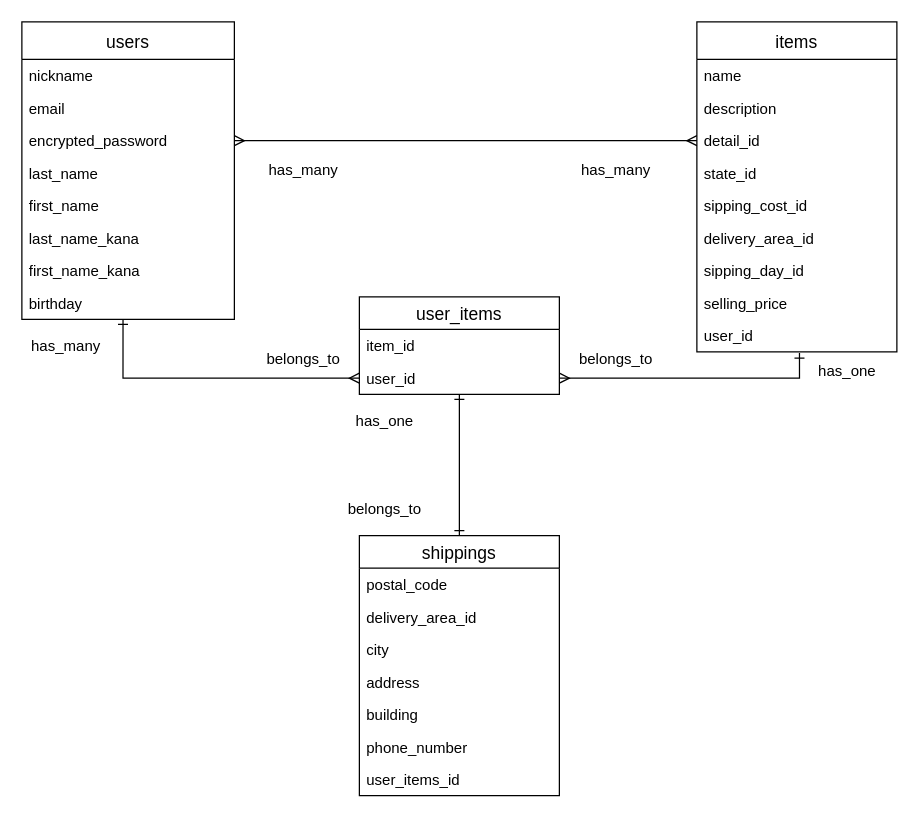
This is furima.dio from nao0313/furima-34535, a draw.io file, before an edit. Source tidied: cells renumbered, new cells numbered last; positions are measured from the earlier drawing's top-left corner, leaving out a move shared by most shapes. Both pictures are drawn from the tidied source at 125%, with x=0, y=0 at pixel (21, 21).
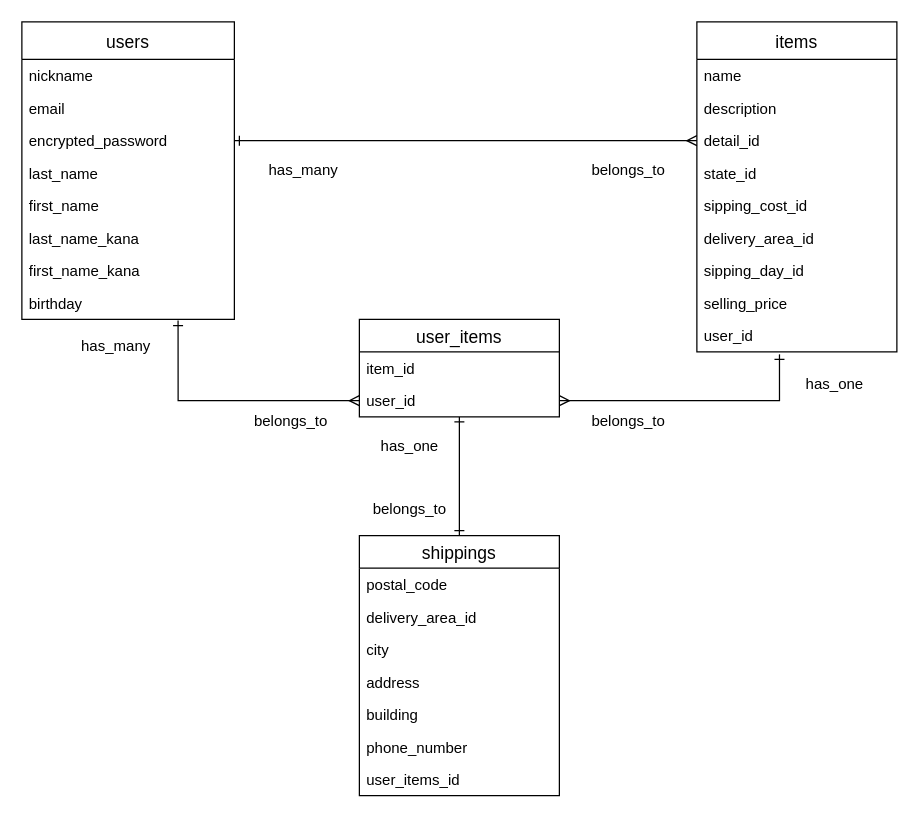
Above is the later version.

The change refers to these unchanged cells:
```xml
<mxCell id="14" value="encrypted_password" style="text;strokeColor=none;fillColor=none;spacingLeft=4;spacingRight=4;overflow=hidden;points=[[0,0.5],[1,0.5]];portConstraint=eastwest;fontSize=12;" parent="11" vertex="1">
  <mxGeometry y="82" width="170" height="26" as="geometry" />
</mxCell>
<mxCell id="19" value="birthday" style="text;strokeColor=none;fillColor=none;spacingLeft=4;spacingRight=4;overflow=hidden;points=[[0,0.5],[1,0.5]];portConstraint=eastwest;fontSize=12;" parent="11" vertex="1">
  <mxGeometry y="212" width="170" height="26" as="geometry" />
</mxCell>
<mxCell id="37" value="detail_id" style="text;strokeColor=none;fillColor=none;spacingLeft=4;spacingRight=4;overflow=hidden;points=[[0,0.5],[1,0.5]];portConstraint=eastwest;fontSize=12;" parent="34" vertex="1">
  <mxGeometry y="82" width="160" height="26" as="geometry" />
</mxCell>
<mxCell id="43" value="user_id" style="text;strokeColor=none;fillColor=none;spacingLeft=4;spacingRight=4;overflow=hidden;points=[[0,0.5],[1,0.5]];portConstraint=eastwest;fontSize=12;" parent="34" vertex="1">
  <mxGeometry y="238" width="160" height="26" as="geometry" />
</mxCell>
```

What changed in the source:
```diff
@@
-    <mxCell id="3" style="edgeStyle=orthogonalEdgeStyle;rounded=0;jettySize=auto;html=1;startArrow=ERmany;startFill=0;endArrow=ERmany;endFill=0;fontSize=12;exitX=0;exitY=0.5;exitDx=0;exitDy=0;entryX=1;entryY=0.5;entryDx=0;entryDy=0;" parent="1" edge="1" source="37" target="14">
+    <mxCell id="3" style="edgeStyle=orthogonalEdgeStyle;rounded=0;jettySize=auto;html=1;startArrow=ERmany;startFill=0;endArrow=ERone;endFill=0;fontSize=12;exitX=0;exitY=0.5;exitDx=0;exitDy=0;entryX=1;entryY=0.5;entryDx=0;entryDy=0;" parent="1" edge="1" source="37" target="14">
       <mxGeometry relative="1" as="geometry" />
     </mxCell>
     <mxCell id="4" value="has_one" style="text;html=1;align=center;verticalAlign=middle;fontSize=12;" parent="1" vertex="1">
-      <mxGeometry x="630" y="270" width="60" height="20" as="geometry" />
+      <mxGeometry x="620" y="280" width="60" height="20" as="geometry" />
     </mxCell>
     <mxCell id="5" value="belongs_to" style="text;html=1;align=center;verticalAlign=middle;fontSize=12;" parent="1" vertex="1">
-      <mxGeometry x="440" y="260" width="70" height="20" as="geometry" />
+      <mxGeometry x="450" y="310" width="70" height="20" as="geometry" />
     </mxCell>
     <mxCell id="6" value="belongs_to" style="text;html=1;align=center;verticalAlign=middle;fontSize=12;" parent="1" vertex="1">
-      <mxGeometry x="190" y="260" width="70" height="20" as="geometry" />
+      <mxGeometry x="180" y="310" width="70" height="20" as="geometry" />
     </mxCell>
     <mxCell id="7" value="has_many" style="text;html=1;align=center;verticalAlign=middle;fontSize=12;" parent="1" vertex="1">
-      <mxGeometry y="250" width="70" height="20" as="geometry" />
+      <mxGeometry x="40" y="250" width="70" height="20" as="geometry" />
     </mxCell>
@@
     <mxCell id="9" value="has_one" style="text;html=1;align=center;verticalAlign=middle;fontSize=12;" parent="1" vertex="1">
-      <mxGeometry x="260" y="310" width="60" height="20" as="geometry" />
+      <mxGeometry x="280" y="330" width="60" height="20" as="geometry" />
     </mxCell>
     <mxCell id="10" value="belongs_to" style="text;html=1;align=center;verticalAlign=middle;fontSize=12;" parent="1" vertex="1">
-      <mxGeometry x="255" y="380" width="70" height="20" as="geometry" />
+      <mxGeometry x="275" y="380" width="70" height="20" as="geometry" />
     </mxCell>
@@
-    <mxCell id="20" value="user_items" style="swimlane;fontStyle=0;horizontal=1;startSize=26;align=center;fontSize=14;" parent="1" vertex="1">
-      <mxGeometry x="270" y="220" width="160" height="78" as="geometry" />
-    </mxCell>
-    <mxCell id="21" value="item_id" style="text;strokeColor=none;fillColor=none;spacingLeft=4;spacingRight=4;overflow=hidden;fontSize=12;" parent="20" vertex="1">
-      <mxGeometry y="26" width="160" height="26" as="geometry" />
-    </mxCell>
-    <mxCell id="22" value="user_id" style="text;strokeColor=none;fillColor=none;spacingLeft=4;spacingRight=4;overflow=hidden;points=[[0,0.5],[1,0.5]];portConstraint=eastwest;fontSize=12;" parent="20" vertex="1">
-      <mxGeometry y="52" width="160" height="26" as="geometry" />
-    </mxCell>
-    <mxCell id="23" style="edgeStyle=orthogonalEdgeStyle;rounded=0;jettySize=auto;html=1;exitX=1;exitY=0.5;exitDx=0;exitDy=0;entryX=0.513;entryY=1.038;entryDx=0;entryDy=0;entryPerimeter=0;startArrow=ERmany;startFill=0;endArrow=ERone;endFill=0;fontSize=12;" parent="1" edge="1" source="22" target="43">
-      <mxGeometry relative="1" as="geometry" />
+    <mxCell id="23" style="edgeStyle=orthogonalEdgeStyle;rounded=0;jettySize=auto;html=1;exitX=1;exitY=0.5;exitDx=0;exitDy=0;entryX=0.413;entryY=1.077;entryDx=0;entryDy=0;entryPerimeter=0;startArrow=ERmany;startFill=0;endArrow=ERone;endFill=0;fontSize=12;" parent="1" edge="1" source="22" target="43">
+      <mxGeometry relative="1" as="geometry">
+        <Array as="points">
+          <mxPoint x="606" y="303" />
+        </Array>
+      </mxGeometry>
     </mxCell>
@@
-    <mxCell id="32" style="edgeStyle=orthogonalEdgeStyle;rounded=0;jettySize=auto;html=1;exitX=0;exitY=0.5;exitDx=0;exitDy=0;entryX=0.476;entryY=1;entryDx=0;entryDy=0;entryPerimeter=0;startArrow=ERmany;startFill=0;endArrow=ERone;endFill=0;fontSize=12;" parent="1" edge="1" source="22" target="19">
+    <mxCell id="32" style="edgeStyle=orthogonalEdgeStyle;rounded=0;jettySize=auto;html=1;exitX=0;exitY=0.5;exitDx=0;exitDy=0;entryX=0.735;entryY=1.038;entryDx=0;entryDy=0;entryPerimeter=0;startArrow=ERmany;startFill=0;endArrow=ERone;endFill=0;fontSize=12;" parent="1" edge="1" source="22" target="19">
       <mxGeometry relative="1" as="geometry" />
     </mxCell>
-    <mxCell id="33" value="has_many" style="text;html=1;align=center;verticalAlign=middle;fontSize=12;" parent="1" vertex="1">
-      <mxGeometry x="440" y="109" width="70" height="20" as="geometry" />
-    </mxCell>
@@
+    <mxCell id="44" value="belongs_to" style="text;html=1;align=center;verticalAlign=middle;fontSize=12;" parent="1" vertex="1">
+      <mxGeometry x="450" y="109" width="70" height="20" as="geometry" />
+    </mxCell>
+    <mxCell id="20" value="user_items" style="swimlane;fontStyle=0;horizontal=1;startSize=26;align=center;fontSize=14;" parent="1" vertex="1">
+      <mxGeometry x="270" y="238" width="160" height="78" as="geometry" />
+    </mxCell>
+    <mxCell id="21" value="item_id" style="text;strokeColor=none;fillColor=none;spacingLeft=4;spacingRight=4;overflow=hidden;fontSize=12;" parent="20" vertex="1">
+      <mxGeometry y="26" width="160" height="26" as="geometry" />
+    </mxCell>
+    <mxCell id="22" value="user_id" style="text;strokeColor=none;fillColor=none;spacingLeft=4;spacingRight=4;overflow=hidden;points=[[0,0.5],[1,0.5]];portConstraint=eastwest;fontSize=12;" parent="20" vertex="1">
+      <mxGeometry y="52" width="160" height="26" as="geometry" />
+    </mxCell>
```
